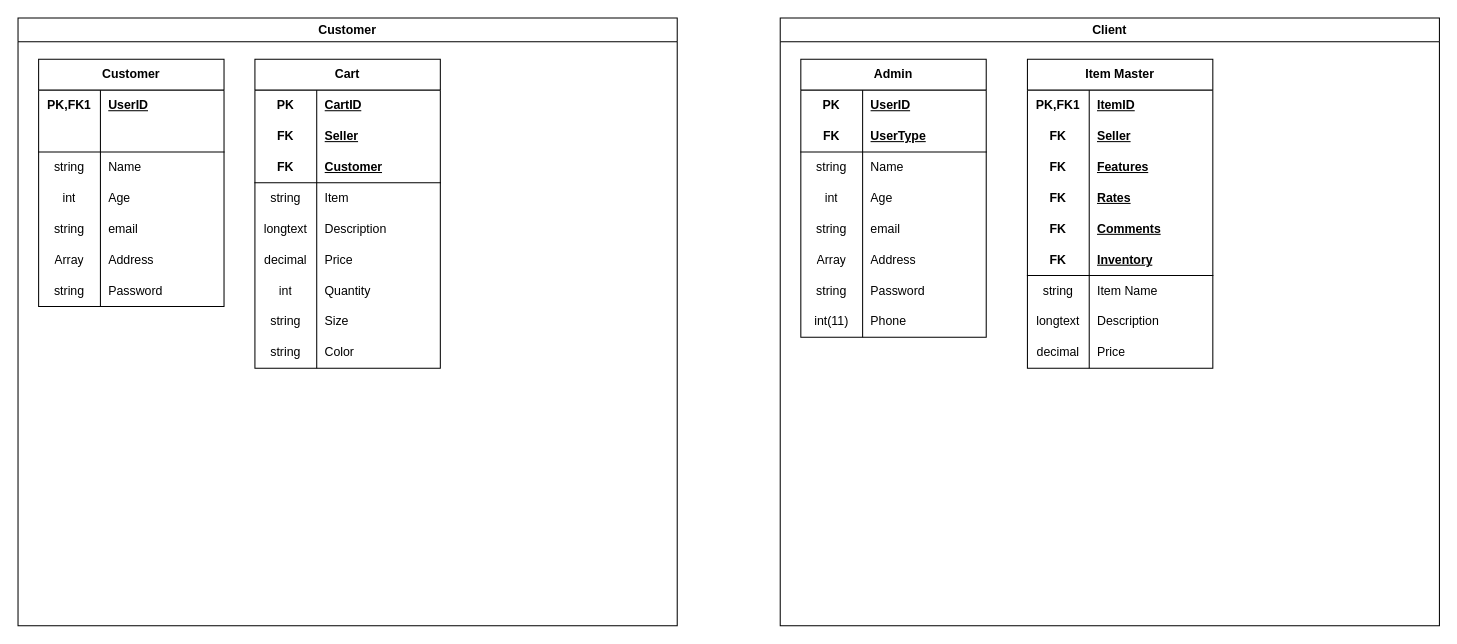
The draw.io diagram Untitled Diagram.drawio in clydeaaron/ERD, before the edit. Source tidied: cells renumbered, new cells numbered last; positions are measured from the earlier drawing's top-left corner, leaving out a move shared by most shapes. Both pictures are drawn from the tidied source at 103%, with x=0, y=0 at pixel (18, 18).
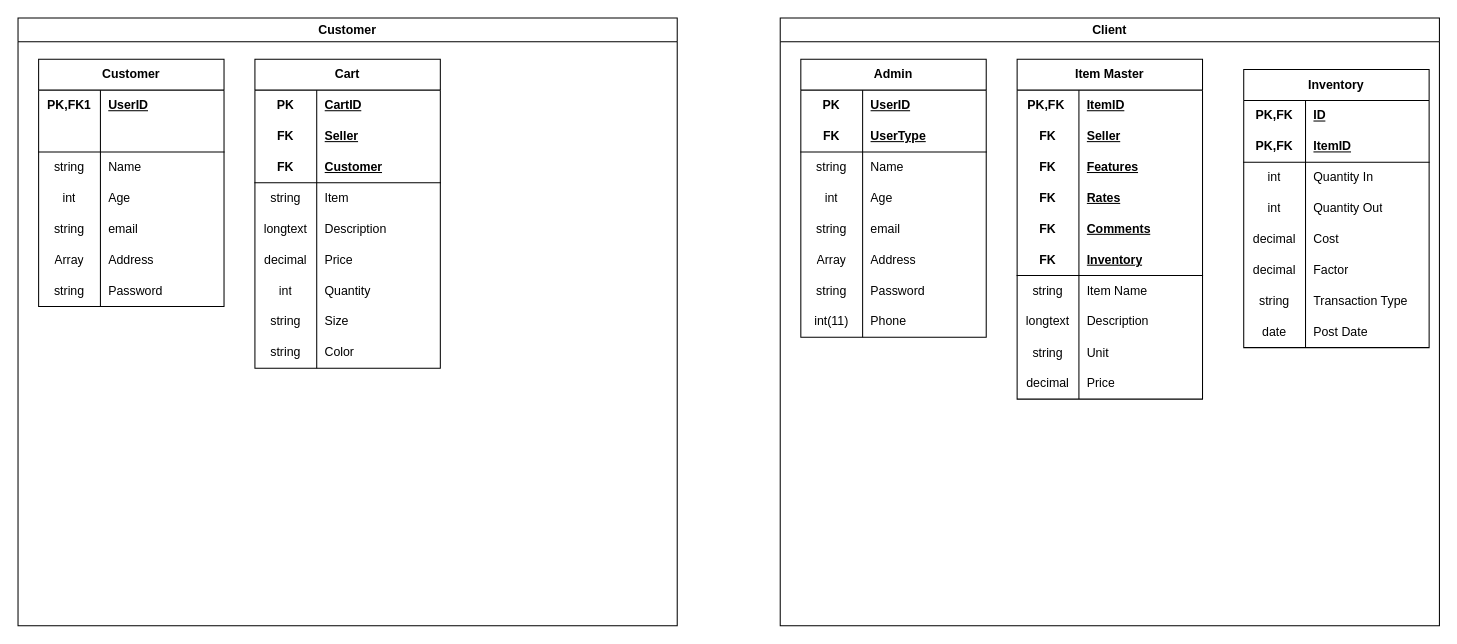
Above is the later version.

Commit message:
Inventory for Client

The change refers to these unchanged cells:
```xml
<mxCell id="53" value="Client" style="swimlane;whiteSpace=wrap;html=1;fillColor=#FFFFFF;" parent="1" vertex="1">
  <mxGeometry x="740" width="640" height="590" as="geometry" />
</mxCell>
<mxCell id="80" style="shape=tableRow;horizontal=0;startSize=0;swimlaneHead=0;swimlaneBody=0;fillColor=none;top=0;left=0;right=0;bottom=0;html=1;" parent="79" vertex="1">
  <mxGeometry y="30" width="180" height="30" as="geometry" />
</mxCell>
```

What changed in the source:
```diff
@@
     <mxCell id="79" value="Item Master" style="shape=table;startSize=30;childLayout=tableLayout;rowLines=0;fontStyle=1;align=center;html=1;whiteSpace=wrap;" parent="53" vertex="1">
-      <mxGeometry x="240" y="40" width="180" height="300" as="geometry" />
+      <mxGeometry x="230" y="40" width="180" height="330" as="geometry" />
     </mxCell>
@@
-    <mxCell id="81" value="PK,FK1" style="shape=partialRectangle;fillColor=none;top=0;left=0;bottom=0;right=0;fontStyle=1;overflow=hidden;html=1;whiteSpace=wrap;" parent="80" vertex="1">
+    <mxCell id="81" value="PK,FK&amp;nbsp;" style="shape=partialRectangle;fillColor=none;top=0;left=0;bottom=0;right=0;fontStyle=1;overflow=hidden;html=1;whiteSpace=wrap;" parent="80" vertex="1">
       <mxGeometry width="60" height="30" as="geometry" />
     </mxCell>
@@
+    <mxCell id="107" style="shape=tableRow;horizontal=0;startSize=0;swimlaneHead=0;swimlaneBody=0;fillColor=none;top=0;left=0;right=0;bottom=0;" parent="79" vertex="1">
+      <mxGeometry y="270" width="180" height="30" as="geometry" />
+    </mxCell>
+    <mxCell id="108" value="string" style="shape=partialRectangle;fillColor=none;top=0;left=0;bottom=0;right=0;overflow=hidden;" parent="107" vertex="1">
+      <mxGeometry width="60" height="30" as="geometry" />
+    </mxCell>
+    <mxCell id="109" value="Unit" style="shape=partialRectangle;fillColor=none;top=0;left=0;bottom=0;right=0;align=left;spacingLeft=6;overflow=hidden;" parent="107" vertex="1">
+      <mxGeometry x="60" width="120" height="30" as="geometry" />
+    </mxCell>
     <mxCell id="104" style="shape=tableRow;horizontal=0;startSize=0;swimlaneHead=0;swimlaneBody=0;fillColor=none;top=0;left=0;right=0;bottom=0;" parent="79" vertex="1">
-      <mxGeometry y="270" width="180" height="30" as="geometry" />
+      <mxGeometry y="300" width="180" height="30" as="geometry" />
     </mxCell>
@@
+    <mxCell id="110" value="Inventory" style="shape=table;startSize=30;childLayout=tableLayout;rowLines=0;fontStyle=1;align=center;html=1;whiteSpace=wrap;" parent="53" vertex="1">
+      <mxGeometry x="450" y="50" width="180" height="270" as="geometry" />
+    </mxCell>
+    <mxCell id="111" style="shape=tableRow;horizontal=0;startSize=0;swimlaneHead=0;swimlaneBody=0;fillColor=none;top=0;left=0;right=0;bottom=0;html=1;" parent="110" vertex="1">
+      <mxGeometry y="30" width="180" height="30" as="geometry" />
+    </mxCell>
+    <mxCell id="112" value="PK,FK" style="shape=partialRectangle;fillColor=none;top=0;left=0;bottom=0;right=0;fontStyle=1;overflow=hidden;html=1;whiteSpace=wrap;" parent="111" vertex="1">
+      <mxGeometry width="60" height="30" as="geometry" />
+    </mxCell>
+    <mxCell id="113" value="ID" style="shape=partialRectangle;fillColor=none;top=0;left=0;bottom=0;right=0;align=left;spacingLeft=6;fontStyle=5;overflow=hidden;html=1;whiteSpace=wrap;" parent="111" vertex="1">
+      <mxGeometry x="60" width="120" height="30" as="geometry" />
+    </mxCell>
+    <mxCell id="114" style="shape=tableRow;horizontal=0;startSize=0;swimlaneHead=0;swimlaneBody=0;fillColor=none;top=0;left=0;right=0;bottom=1;html=1;" parent="110" vertex="1">
+      <mxGeometry y="60" width="180" height="30" as="geometry" />
+    </mxCell>
+    <mxCell id="115" value="PK,FK" style="shape=partialRectangle;fillColor=none;top=0;left=0;bottom=0;right=0;fontStyle=1;overflow=hidden;html=1;whiteSpace=wrap;" parent="114" vertex="1">
+      <mxGeometry width="60" height="30" as="geometry" />
+    </mxCell>
+    <mxCell id="116" value="ItemID" style="shape=partialRectangle;fillColor=none;top=0;left=0;bottom=0;right=0;align=left;spacingLeft=6;fontStyle=5;overflow=hidden;html=1;whiteSpace=wrap;" parent="114" vertex="1">
+      <mxGeometry x="60" width="120" height="30" as="geometry" />
+    </mxCell>
+    <mxCell id="117" style="shape=tableRow;horizontal=0;startSize=0;swimlaneHead=0;swimlaneBody=0;fillColor=none;top=0;left=0;right=0;bottom=0;html=1;" parent="110" vertex="1">
+      <mxGeometry y="90" width="180" height="30" as="geometry" />
+    </mxCell>
+    <mxCell id="118" value="int" style="shape=partialRectangle;fillColor=none;top=0;left=0;bottom=0;right=0;overflow=hidden;html=1;whiteSpace=wrap;" parent="117" vertex="1">
+      <mxGeometry width="60" height="30" as="geometry" />
+    </mxCell>
+    <mxCell id="119" value="Quantity In" style="shape=partialRectangle;fillColor=none;top=0;left=0;bottom=0;right=0;align=left;spacingLeft=6;overflow=hidden;html=1;whiteSpace=wrap;" parent="117" vertex="1">
+      <mxGeometry x="60" width="120" height="30" as="geometry" />
+    </mxCell>
+    <mxCell id="120" style="shape=tableRow;horizontal=0;startSize=0;swimlaneHead=0;swimlaneBody=0;fillColor=none;top=0;left=0;right=0;bottom=0;html=1;" parent="110" vertex="1">
+      <mxGeometry y="120" width="180" height="30" as="geometry" />
+    </mxCell>
+    <mxCell id="121" value="int" style="shape=partialRectangle;fillColor=none;top=0;left=0;bottom=0;right=0;overflow=hidden;html=1;whiteSpace=wrap;" parent="120" vertex="1">
+      <mxGeometry width="60" height="30" as="geometry" />
+    </mxCell>
+    <mxCell id="122" value="Quantity Out" style="shape=partialRectangle;fillColor=none;top=0;left=0;bottom=0;right=0;align=left;spacingLeft=6;overflow=hidden;html=1;whiteSpace=wrap;" parent="120" vertex="1">
+      <mxGeometry x="60" width="120" height="30" as="geometry" />
+    </mxCell>
+    <mxCell id="123" style="shape=tableRow;horizontal=0;startSize=0;swimlaneHead=0;swimlaneBody=0;fillColor=none;top=0;left=0;right=0;bottom=0;" parent="110" vertex="1">
+      <mxGeometry y="150" width="180" height="30" as="geometry" />
+    </mxCell>
+    <mxCell id="124" value="decimal" style="shape=partialRectangle;fillColor=none;top=0;left=0;bottom=0;right=0;fontStyle=0;overflow=hidden;whiteSpace=wrap;html=1;" parent="123" vertex="1">
+      <mxGeometry width="60" height="30" as="geometry" />
+    </mxCell>
+    <mxCell id="125" value="Cost" style="shape=partialRectangle;fillColor=none;top=0;left=0;bottom=0;right=0;align=left;spacingLeft=6;fontStyle=0;overflow=hidden;whiteSpace=wrap;html=1;" parent="123" vertex="1">
+      <mxGeometry x="60" width="120" height="30" as="geometry" />
+    </mxCell>
+    <mxCell id="126" style="shape=tableRow;horizontal=0;startSize=0;swimlaneHead=0;swimlaneBody=0;fillColor=none;top=0;left=0;right=0;bottom=0;" parent="110" vertex="1">
+      <mxGeometry y="180" width="180" height="30" as="geometry" />
+    </mxCell>
+    <mxCell id="127" value="decimal" style="shape=partialRectangle;fillColor=none;top=0;left=0;bottom=0;right=0;fontStyle=0;overflow=hidden;whiteSpace=wrap;html=1;" parent="126" vertex="1">
+      <mxGeometry width="60" height="30" as="geometry" />
+    </mxCell>
+    <mxCell id="128" value="Factor" style="shape=partialRectangle;fillColor=none;top=0;left=0;bottom=0;right=0;align=left;spacingLeft=6;fontStyle=0;overflow=hidden;whiteSpace=wrap;html=1;" parent="126" vertex="1">
+      <mxGeometry x="60" width="120" height="30" as="geometry" />
+    </mxCell>
+    <mxCell id="129" style="shape=tableRow;horizontal=0;startSize=0;swimlaneHead=0;swimlaneBody=0;fillColor=none;top=0;left=0;right=0;bottom=0;" parent="110" vertex="1">
+      <mxGeometry y="210" width="180" height="30" as="geometry" />
+    </mxCell>
+    <mxCell id="130" value="string" style="shape=partialRectangle;fillColor=none;top=0;left=0;bottom=0;right=0;fontStyle=0;overflow=hidden;whiteSpace=wrap;html=1;" parent="129" vertex="1">
+      <mxGeometry width="60" height="30" as="geometry" />
+    </mxCell>
+    <mxCell id="131" value="Transaction Type" style="shape=partialRectangle;fillColor=none;top=0;left=0;bottom=0;right=0;align=left;spacingLeft=6;fontStyle=0;overflow=hidden;whiteSpace=wrap;html=1;" parent="129" vertex="1">
+      <mxGeometry x="60" width="120" height="30" as="geometry" />
+    </mxCell>
+    <mxCell id="132" style="shape=tableRow;horizontal=0;startSize=0;swimlaneHead=0;swimlaneBody=0;fillColor=none;top=0;left=0;right=0;bottom=0;" parent="110" vertex="1">
+      <mxGeometry y="240" width="180" height="30" as="geometry" />
+    </mxCell>
+    <mxCell id="133" value="date" style="shape=partialRectangle;fillColor=none;top=0;left=0;bottom=0;right=0;fontStyle=0;overflow=hidden;whiteSpace=wrap;html=1;" parent="132" vertex="1">
+      <mxGeometry width="60" height="30" as="geometry" />
+    </mxCell>
+    <mxCell id="134" value="Post Date" style="shape=partialRectangle;fillColor=none;top=0;left=0;bottom=0;right=0;align=left;spacingLeft=6;fontStyle=0;overflow=hidden;whiteSpace=wrap;html=1;" parent="132" vertex="1">
+      <mxGeometry x="60" width="120" height="30" as="geometry" />
+    </mxCell>
```
